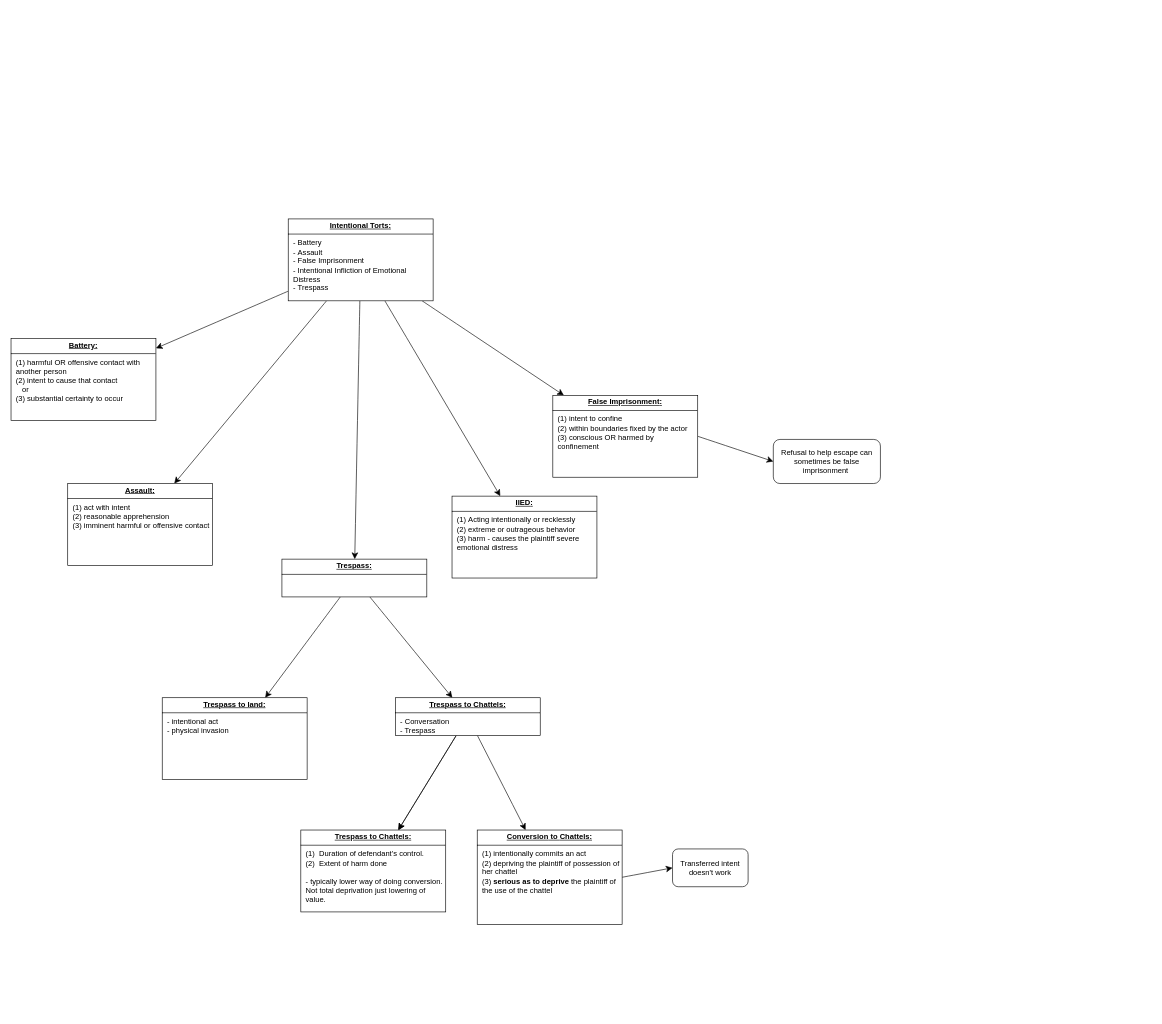
Earlier version of the draw.io diagram page "Intentional torts" (2 of 2) of Torts.drawio (Jdcruz831/law-school). Source tidied: cells renumbered, new cells numbered last; positions are measured from the earlier drawing's top-left corner, leaving out a move shared by most shapes. Both pictures are drawn from the tidied source at 63%, with x=0, y=0 at pixel (11, 219).
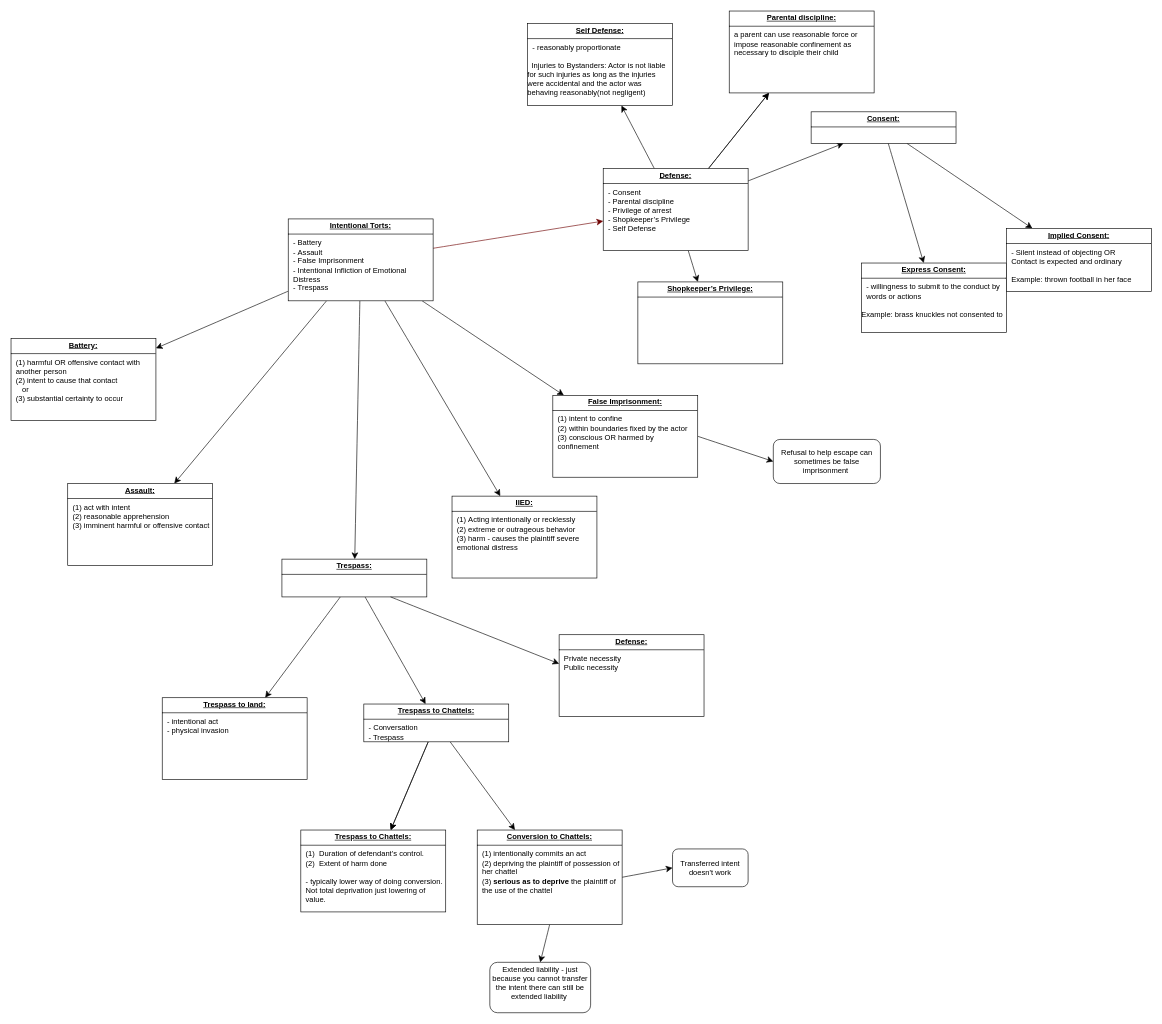
The same diagram, later.

Unchanged cells that the change refers to:
```xml
<mxCell id="7" value="&lt;p style=&quot;text-align: center; margin: 4px 0px 0px;&quot;&gt;&lt;span style=&quot;text-align: left;&quot;&gt;&lt;b&gt;&lt;u&gt;Intentional Torts&lt;/u&gt;&lt;/b&gt;&lt;/span&gt;&lt;b style=&quot;text-decoration: underline;&quot;&gt;:&lt;/b&gt;&lt;/p&gt;&lt;hr size=&quot;1&quot; style=&quot;border-style:solid;&quot;&gt;&lt;p style=&quot;margin:0px;margin-left:8px;&quot;&gt;-&amp;nbsp;Battery&amp;nbsp;&lt;/p&gt;&lt;p style=&quot;margin:0px;margin-left:8px;&quot;&gt;-&amp;nbsp;Assault&lt;/p&gt;&lt;p style=&quot;margin:0px;margin-left:8px;&quot;&gt;-&amp;nbsp;False Imprisonment&lt;/p&gt;&lt;p style=&quot;margin:0px;margin-left:8px;&quot;&gt;-&amp;nbsp;Intentional Infliction of Emotional Distress&amp;nbsp;&lt;/p&gt;&lt;p style=&quot;margin:0px;margin-left:8px;&quot;&gt;-&amp;nbsp;Trespass&lt;/p&gt;" style="verticalAlign=top;align=left;overflow=fill;html=1;whiteSpace=wrap;" parent="1" vertex="1">
  <mxGeometry x="440" width="230" height="130" as="geometry" />
</mxCell>
<mxCell id="15" value="&lt;p style=&quot;text-align: center; margin: 4px 0px 0px;&quot;&gt;&lt;span style=&quot;text-align: left;&quot;&gt;&lt;b&gt;&lt;u&gt;Trespass&lt;/u&gt;&lt;/b&gt;&lt;/span&gt;&lt;b style=&quot;text-decoration: underline;&quot;&gt;:&lt;/b&gt;&lt;/p&gt;&lt;hr size=&quot;1&quot; style=&quot;border-style:solid;&quot;&gt;&lt;p style=&quot;margin:0px;margin-left:8px;&quot;&gt;&lt;br&gt;&lt;/p&gt;" style="verticalAlign=top;align=left;overflow=fill;html=1;whiteSpace=wrap;" parent="1" vertex="1">
  <mxGeometry x="430" y="540" width="230" height="60" as="geometry" />
</mxCell>
<mxCell id="24" value="&lt;p style=&quot;text-align: center; margin: 4px 0px 0px;&quot;&gt;&lt;span style=&quot;text-align: left;&quot;&gt;&lt;b&gt;&lt;u&gt;Conversion&lt;/u&gt;&lt;/b&gt;&lt;/span&gt;&lt;span style=&quot;text-align: left;&quot;&gt;&lt;b&gt;&lt;u&gt;&amp;nbsp;to&amp;nbsp;&lt;/u&gt;&lt;/b&gt;&lt;/span&gt;&lt;b&gt;&lt;u&gt;Chattels:&lt;/u&gt;&lt;/b&gt;&lt;/p&gt;&lt;hr size=&quot;1&quot; style=&quot;border-style:solid;&quot;&gt;&lt;p style=&quot;margin:0px;margin-left:8px;&quot;&gt;(1) intentionally commits an act&amp;nbsp;&lt;/p&gt;&lt;p style=&quot;margin:0px;margin-left:8px;&quot;&gt;(2) depriving the plaintiff of possession of her chattel&amp;nbsp;&lt;/p&gt;&lt;p style=&quot;margin:0px;margin-left:8px;&quot;&gt;(3) &lt;b&gt;serious as to deprive&lt;/b&gt; the plaintiff of the use of the chattel&lt;/p&gt;&lt;div&gt;&lt;br&gt;&lt;/div&gt;" style="verticalAlign=top;align=left;overflow=fill;html=1;whiteSpace=wrap;" parent="1" vertex="1">
  <mxGeometry x="740" y="970" width="230" height="150" as="geometry" />
</mxCell>
```

Diff of the diagram source:
```diff
@@
+    <mxCell id="26" style="edgeStyle=none;curved=1;rounded=0;jettySize=auto;html=1;fontSize=12;startSize=8;endSize=8;fillColor=#a20025;strokeColor=#6F0000;" parent="1" edge="1" source="7" target="33">
+      <mxGeometry relative="1" as="geometry" />
+    </mxCell>
@@
     <mxCell id="21" value="&lt;p style=&quot;text-align: center; margin: 4px 0px 0px;&quot;&gt;&lt;span style=&quot;text-align: left;&quot;&gt;&lt;b&gt;&lt;u&gt;Trespass to&amp;nbsp;&lt;/u&gt;&lt;/b&gt;&lt;/span&gt;&lt;b&gt;&lt;u&gt;Chattels:&lt;/u&gt;&lt;/b&gt;&lt;/p&gt;&lt;hr size=&quot;1&quot; style=&quot;border-style:solid;&quot;&gt;&lt;p style=&quot;margin:0px;margin-left:8px;&quot;&gt;- Conversation&amp;nbsp;&lt;/p&gt;&lt;p style=&quot;margin:0px;margin-left:8px;&quot;&gt;- Trespass&amp;nbsp;&lt;/p&gt;" style="verticalAlign=top;align=left;overflow=fill;html=1;whiteSpace=wrap;" parent="1" vertex="1">
-      <mxGeometry x="610" y="760" width="230" height="60" as="geometry" />
+      <mxGeometry x="560" y="770" width="230" height="60" as="geometry" />
     </mxCell>
@@
+    <mxCell id="27" style="edgeStyle=none;curved=1;rounded=0;jettySize=auto;html=1;exitX=0.5;exitY=1;exitDx=0;exitDy=0;entryX=0.5;entryY=0;entryDx=0;entryDy=0;fontSize=12;startSize=8;endSize=8;" parent="1" edge="1" source="24" target="42">
+      <mxGeometry relative="1" as="geometry" />
+    </mxCell>
@@
+    <mxCell id="28" style="edgeStyle=none;curved=1;rounded=0;jettySize=auto;html=1;fontSize=12;startSize=8;endSize=8;" parent="1" edge="1" source="33" target="36">
+      <mxGeometry relative="1" as="geometry" />
+    </mxCell>
+    <mxCell id="29" style="edgeStyle=none;curved=1;rounded=0;jettySize=auto;html=1;fontSize=12;startSize=8;endSize=8;" parent="1" edge="1" source="33" target="39">
+      <mxGeometry relative="1" as="geometry" />
+    </mxCell>
+    <mxCell id="30" style="edgeStyle=none;curved=1;rounded=0;jettySize=auto;html=1;fontSize=12;startSize=8;endSize=8;" parent="1" edge="1" source="33" target="40">
+      <mxGeometry relative="1" as="geometry" />
+    </mxCell>
+    <mxCell id="31" style="edgeStyle=none;curved=1;rounded=0;jettySize=auto;html=1;fontSize=12;startSize=8;endSize=8;" parent="1" edge="1" source="33" target="39">
+      <mxGeometry relative="1" as="geometry" />
+    </mxCell>
+    <mxCell id="32" style="edgeStyle=none;curved=1;rounded=0;jettySize=auto;html=1;fontSize=12;startSize=8;endSize=8;" parent="1" edge="1" source="33" target="41">
+      <mxGeometry relative="1" as="geometry" />
+    </mxCell>
+    <mxCell id="33" value="&lt;p style=&quot;text-align: center; margin: 4px 0px 0px;&quot;&gt;&lt;span style=&quot;text-align: left;&quot;&gt;&lt;b&gt;&lt;u&gt;Defense&lt;/u&gt;&lt;/b&gt;&lt;/span&gt;&lt;b style=&quot;text-decoration: underline;&quot;&gt;:&lt;/b&gt;&lt;/p&gt;&lt;hr size=&quot;1&quot; style=&quot;border-style:solid;&quot;&gt;&lt;p style=&quot;margin:0px;margin-left:8px;&quot;&gt;- Consent&amp;nbsp;&lt;/p&gt;&lt;p style=&quot;margin:0px;margin-left:8px;&quot;&gt;-&amp;nbsp;Parental discipline&lt;/p&gt;&lt;p style=&quot;margin:0px;margin-left:8px;&quot;&gt;-&amp;nbsp;Privilege of arrest&amp;nbsp;&lt;/p&gt;&lt;p style=&quot;margin:0px;margin-left:8px;&quot;&gt;- Shopkeeper’s Privilege&amp;nbsp;&lt;/p&gt;&lt;p style=&quot;margin:0px;margin-left:8px;&quot;&gt;- Self Defense&amp;nbsp;&lt;/p&gt;" style="verticalAlign=top;align=left;overflow=fill;html=1;whiteSpace=wrap;" parent="1" vertex="1">
+      <mxGeometry x="940" y="-80" width="230" height="130" as="geometry" />
+    </mxCell>
+    <mxCell id="34" style="edgeStyle=none;curved=1;rounded=0;jettySize=auto;html=1;fontSize=12;startSize=8;endSize=8;" parent="1" edge="1" source="36" target="37">
+      <mxGeometry relative="1" as="geometry" />
+    </mxCell>
+    <mxCell id="35" style="edgeStyle=none;curved=1;rounded=0;jettySize=auto;html=1;fontSize=12;startSize=8;endSize=8;" parent="1" edge="1" source="36" target="38">
+      <mxGeometry relative="1" as="geometry" />
+    </mxCell>
+    <mxCell id="36" value="&lt;p style=&quot;text-align: center; margin: 4px 0px 0px;&quot;&gt;&lt;span style=&quot;text-align: left;&quot;&gt;&lt;b&gt;&lt;u&gt;Consent&lt;/u&gt;&lt;/b&gt;&lt;/span&gt;&lt;b style=&quot;text-decoration: underline;&quot;&gt;:&lt;/b&gt;&lt;/p&gt;&lt;hr size=&quot;1&quot; style=&quot;border-style:solid;&quot;&gt;&lt;p style=&quot;margin:0px;margin-left:8px;&quot;&gt;&lt;br&gt;&lt;/p&gt;" style="verticalAlign=top;align=left;overflow=fill;html=1;whiteSpace=wrap;" parent="1" vertex="1">
+      <mxGeometry x="1270" y="-170" width="230" height="50" as="geometry" />
+    </mxCell>
+    <mxCell id="37" value="&lt;p style=&quot;text-align: center; margin: 4px 0px 0px;&quot;&gt;&lt;span style=&quot;text-align: left;&quot;&gt;&lt;b&gt;&lt;u&gt;Express Consent&lt;/u&gt;&lt;/b&gt;&lt;/span&gt;&lt;b style=&quot;text-decoration: underline;&quot;&gt;:&lt;/b&gt;&lt;/p&gt;&lt;hr size=&quot;1&quot; style=&quot;border-style:solid;&quot;&gt;&lt;p style=&quot;margin:0px;margin-left:8px;&quot;&gt;- willingness to submit to the conduct by words or actions&lt;/p&gt;&lt;div&gt;&lt;br&gt;&lt;/div&gt;&lt;div&gt;Example: brass knuckles not consented to&amp;nbsp;&lt;/div&gt;" style="verticalAlign=top;align=left;overflow=fill;html=1;whiteSpace=wrap;" parent="1" vertex="1">
+      <mxGeometry x="1350" y="70" width="230" height="110" as="geometry" />
+    </mxCell>
+    <mxCell id="38" value="&lt;p style=&quot;text-align: center; margin: 4px 0px 0px;&quot;&gt;&lt;span style=&quot;text-align: left;&quot;&gt;&lt;b&gt;&lt;u&gt;Implied Consent&lt;/u&gt;&lt;/b&gt;&lt;/span&gt;&lt;b style=&quot;text-decoration: underline;&quot;&gt;:&lt;/b&gt;&lt;/p&gt;&lt;hr size=&quot;1&quot; style=&quot;border-style:solid;&quot;&gt;&lt;p style=&quot;margin:0px;margin-left:8px;&quot;&gt;- Silent instead of objecting OR&lt;/p&gt;&lt;p style=&quot;margin:0px;margin-left:8px;&quot;&gt;Contact is expected and ordinary&lt;/p&gt;&lt;p style=&quot;margin:0px;margin-left:8px;&quot;&gt;&lt;br&gt;&lt;/p&gt;&lt;p style=&quot;margin:0px;margin-left:8px;&quot;&gt;Example: thrown football in her face&lt;/p&gt;" style="verticalAlign=top;align=left;overflow=fill;html=1;whiteSpace=wrap;" parent="1" vertex="1">
+      <mxGeometry x="1580" y="15" width="230" height="100" as="geometry" />
+    </mxCell>
+    <mxCell id="39" value="&lt;p style=&quot;text-align: center; margin: 4px 0px 0px;&quot;&gt;&lt;span style=&quot;text-align: left;&quot;&gt;&lt;b&gt;&lt;u&gt;Parental discipline&lt;/u&gt;&lt;/b&gt;&lt;/span&gt;&lt;b style=&quot;text-decoration: underline;&quot;&gt;:&lt;/b&gt;&lt;/p&gt;&lt;hr size=&quot;1&quot; style=&quot;border-style:solid;&quot;&gt;&lt;p style=&quot;margin:0px;margin-left:8px;&quot;&gt;a parent can use reasonable force or impose reasonable confinement as necessary to disciple their child&lt;br&gt;&lt;/p&gt;" style="verticalAlign=top;align=left;overflow=fill;html=1;whiteSpace=wrap;" parent="1" vertex="1">
+      <mxGeometry x="1140" y="-330" width="230" height="130" as="geometry" />
+    </mxCell>
+    <mxCell id="40" value="&lt;p style=&quot;text-align: center; margin: 4px 0px 0px;&quot;&gt;&lt;span style=&quot;text-align: left;&quot;&gt;&lt;b&gt;&lt;u&gt;Shopkeeper’s Privilege&lt;/u&gt;&lt;/b&gt;&lt;/span&gt;&lt;b style=&quot;text-decoration: underline;&quot;&gt;:&lt;/b&gt;&lt;/p&gt;&lt;hr size=&quot;1&quot; style=&quot;border-style:solid;&quot;&gt;&lt;p style=&quot;margin:0px;margin-left:8px;&quot;&gt;&lt;br&gt;&lt;/p&gt;" style="verticalAlign=top;align=left;overflow=fill;html=1;whiteSpace=wrap;" parent="1" vertex="1">
+      <mxGeometry x="995" y="100" width="230" height="130" as="geometry" />
+    </mxCell>
+    <mxCell id="41" value="&lt;p style=&quot;text-align: center; margin: 4px 0px 0px;&quot;&gt;&lt;b style=&quot;text-decoration: underline;&quot;&gt;Self Defense:&lt;/b&gt;&lt;/p&gt;&lt;hr size=&quot;1&quot; style=&quot;border-style:solid;&quot;&gt;&lt;p style=&quot;margin:0px;margin-left:8px;&quot;&gt;- reasonably proportionate&amp;nbsp;&lt;/p&gt;&lt;div&gt;&lt;br&gt;&lt;/div&gt;&lt;div&gt;&lt;div&gt;&amp;nbsp; Injuries to Bystanders: Actor is not liable for such injuries as long as the injuries were accidental and the actor was behaving reasonably(not negligent)&lt;/div&gt;&lt;/div&gt;&lt;div&gt;&lt;br&gt;&lt;/div&gt;&lt;div&gt;&lt;br&gt;&lt;/div&gt;" style="verticalAlign=top;align=left;overflow=fill;html=1;whiteSpace=wrap;" parent="1" vertex="1">
+      <mxGeometry x="820" y="-310" width="230" height="130" as="geometry" />
+    </mxCell>
+    <mxCell id="42" value="&lt;div&gt;Extended liability - just because you cannot transfer the intent there can still be extended liability&amp;nbsp;&lt;/div&gt;&lt;div&gt;&lt;br&gt;&lt;/div&gt;" style="rounded=1;whiteSpace=wrap;html=1;strokeColor=light-dark(#000000,#FF0000);" parent="1" vertex="1">
+      <mxGeometry x="760" y="1180" width="160" height="80" as="geometry" />
+    </mxCell>
+    <mxCell id="43" value="&lt;p style=&quot;text-align: center; margin: 4px 0px 0px;&quot;&gt;&lt;span style=&quot;text-align: left;&quot;&gt;&lt;b&gt;&lt;u&gt;Defense&lt;/u&gt;&lt;/b&gt;&lt;/span&gt;&lt;b style=&quot;text-decoration: underline;&quot;&gt;:&lt;/b&gt;&lt;/p&gt;&lt;hr size=&quot;1&quot; style=&quot;border-style:solid;&quot;&gt;&lt;p style=&quot;margin:0px;margin-left:8px;&quot;&gt;Private necessity&lt;br&gt;&lt;/p&gt;&lt;p style=&quot;margin:0px;margin-left:8px;&quot;&gt;Public necessity&amp;nbsp;&lt;br&gt;&lt;/p&gt;" style="verticalAlign=top;align=left;overflow=fill;html=1;whiteSpace=wrap;" parent="1" vertex="1">
+      <mxGeometry x="870" y="660" width="230" height="130" as="geometry" />
+    </mxCell>
+    <mxCell id="44" style="edgeStyle=none;curved=1;rounded=0;jettySize=auto;html=1;exitX=0.75;exitY=1;exitDx=0;exitDy=0;entryX=0;entryY=0.354;entryDx=0;entryDy=0;entryPerimeter=0;fontSize=12;startSize=8;endSize=8;" parent="1" edge="1" source="15" target="43">
+      <mxGeometry relative="1" as="geometry" />
+    </mxCell>
```
